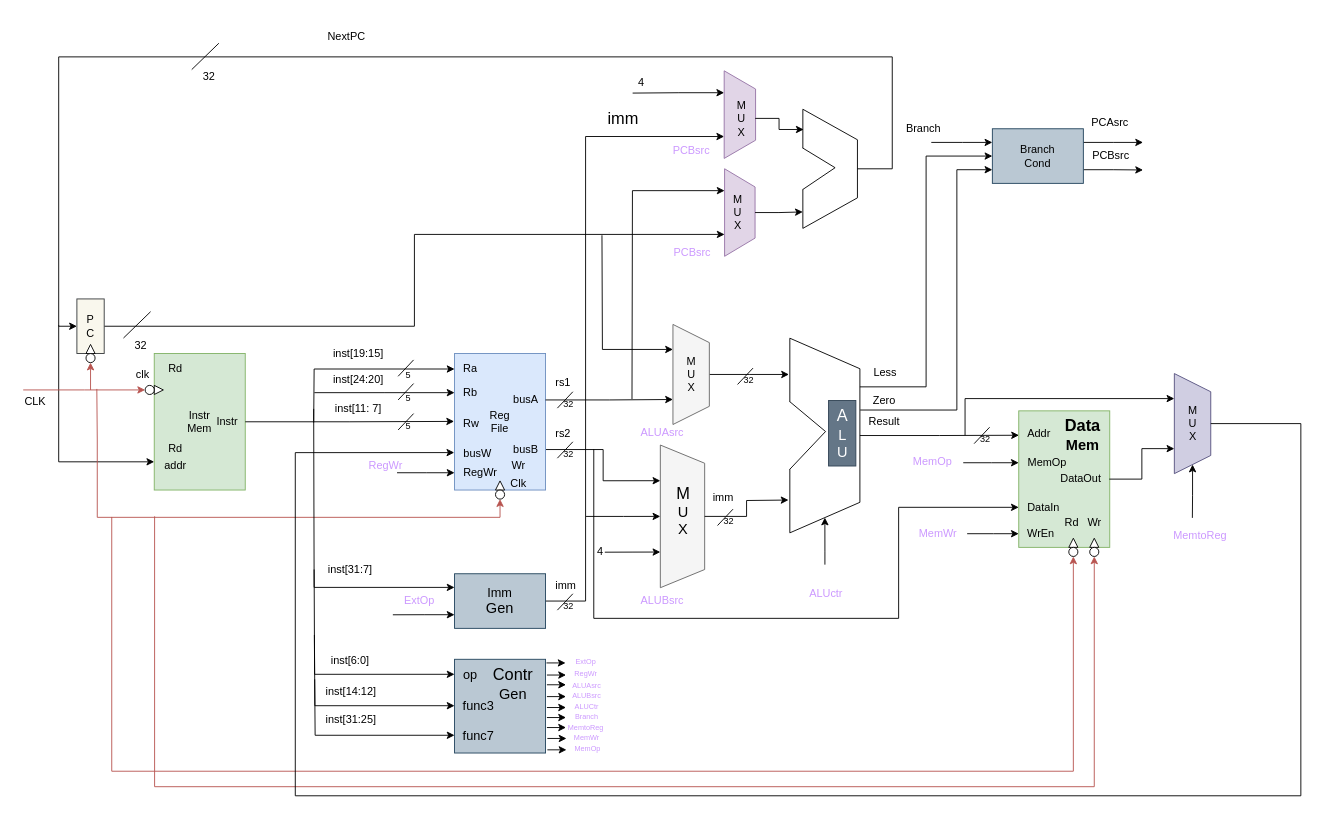
This is riscv32-single.drawio from harder-er/LoongArch_learning, a draw.io file, before an edit. Source tidied: cells renumbered, new cells numbered last; positions are measured from the earlier drawing's top-left corner, leaving out a move shared by most shapes. Both pictures are drawn from the tidied source at 91%, with x=0, y=0 at pixel (15, 25).
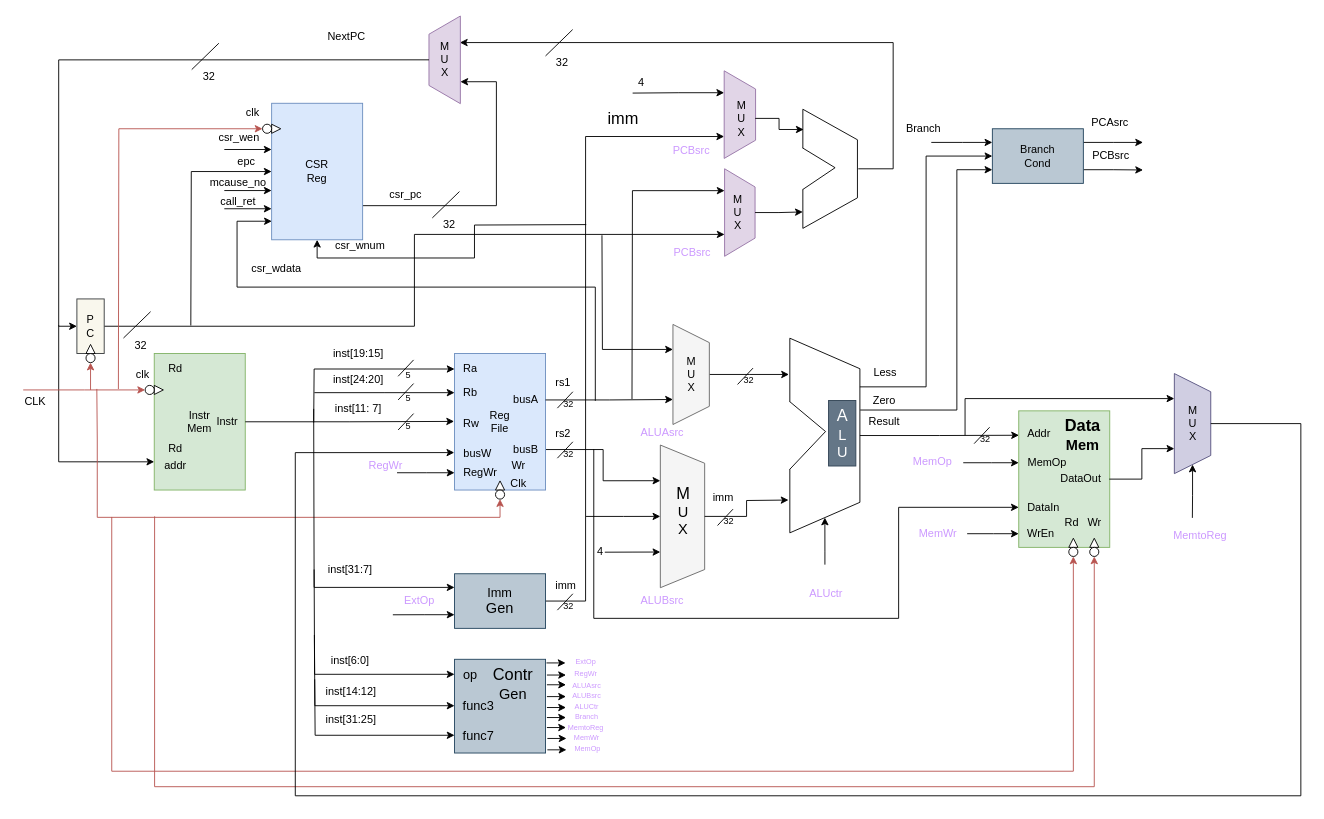
After the change.

The change refers to these unchanged cells:
```xml
<mxCell id="3" value="P&lt;div&gt;C&lt;/div&gt;" style="html=1;dashed=0;whiteSpace=wrap;fillColor=#f9f7ed;strokeColor=#36393d;" parent="1" vertex="1">
  <mxGeometry x="67" y="301" width="30" height="60" as="geometry" />
</mxCell>
<mxCell id="50" style="shape=trapezoid;perimeter=trapezoidPerimeter;whiteSpace=wrap;html=1;fixedSize=1;rotation=90;size=33.55172413793116;" parent="49" vertex="1">
  <mxGeometry x="-32.7" y="42" width="130.9" height="60" as="geometry" />
</mxCell>
```

Diff of the diagram source:
```diff
@@
-    <mxCell id="118" style="edgeStyle=orthogonalEdgeStyle;rounded=0;jettySize=auto;html=1;entryX=0;entryY=0.5;entryDx=0;entryDy=0;" parent="1" edge="1" source="50" target="3">
+    <mxCell id="118" style="edgeStyle=orthogonalEdgeStyle;rounded=0;jettySize=auto;html=1;entryX=0.697;entryY=0.984;entryDx=0;entryDy=0;entryPerimeter=0;" parent="1" edge="1" target="202">
       <mxGeometry relative="1" as="geometry">
+        <mxPoint x="925.7" y="158" as="sourcePoint" />
         <Array as="points">
-          <mxPoint x="963" y="158" />
-          <mxPoint x="963" y="35" />
-          <mxPoint x="47" y="35" />
-          <mxPoint x="47" y="331" />
+          <mxPoint x="964" y="158" />
+          <mxPoint x="964" y="19" />
         </Array>
       </mxGeometry>
     </mxCell>
@@
+    <mxCell id="187" style="edgeStyle=orthogonalEdgeStyle;rounded=0;jettySize=auto;html=1;exitX=0.002;exitY=0.864;exitDx=0;exitDy=0;strokeColor=default;align=center;verticalAlign=middle;fontFamily=Helvetica;fontSize=11;fontColor=default;labelBackgroundColor=default;startArrow=classic;startFill=1;endArrow=none;endFill=0;fillColor=#f8cecc;exitPerimeter=0;" parent="1" edge="1" source="191">
+      <mxGeometry relative="1" as="geometry">
+        <mxPoint x="636.7" y="413" as="targetPoint" />
+        <Array as="points">
+          <mxPoint x="243" y="216" />
+          <mxPoint x="243" y="288" />
+          <mxPoint x="637" y="288" />
+        </Array>
+      </mxGeometry>
+    </mxCell>
+    <mxCell id="188" style="edgeStyle=orthogonalEdgeStyle;rounded=0;jettySize=auto;html=1;exitX=1;exitY=0.75;exitDx=0;exitDy=0;entryX=0.25;entryY=1;entryDx=0;entryDy=0;" parent="1" edge="1" source="191" target="202">
+      <mxGeometry relative="1" as="geometry">
+        <Array as="points">
+          <mxPoint x="528" y="199" />
+          <mxPoint x="528" y="62" />
+          <mxPoint x="488" y="62" />
+        </Array>
+      </mxGeometry>
+    </mxCell>
+    <mxCell id="189" style="edgeStyle=orthogonalEdgeStyle;rounded=0;jettySize=auto;html=1;exitX=0;exitY=0.5;exitDx=0;exitDy=0;strokeColor=default;align=center;verticalAlign=middle;fontFamily=Helvetica;fontSize=11;fontColor=default;labelBackgroundColor=default;endArrow=none;startArrow=classic;startFill=1;endFill=0;fillColor=#f8cecc;" parent="1" edge="1" source="191">
+      <mxGeometry relative="1" as="geometry">
+        <mxPoint x="192.2" y="330.2" as="targetPoint" />
+      </mxGeometry>
+    </mxCell>
+    <mxCell id="190" style="edgeStyle=orthogonalEdgeStyle;rounded=0;jettySize=auto;html=1;exitX=0.5;exitY=1;exitDx=0;exitDy=0;strokeColor=default;align=center;verticalAlign=middle;fontFamily=Helvetica;fontSize=11;fontColor=default;labelBackgroundColor=default;startArrow=classic;startFill=1;endArrow=none;endFill=0;fillColor=#f8cecc;" parent="1" edge="1" source="191">
+      <mxGeometry relative="1" as="geometry">
+        <mxPoint x="626.7" y="219.3" as="targetPoint" />
+      </mxGeometry>
+    </mxCell>
+    <mxCell id="191" value="CSR&lt;div&gt;Reg&lt;/div&gt;" style="html=1;dashed=0;whiteSpace=wrap;fillColor=#dae8fc;strokeColor=#6c8ebf;" parent="1" vertex="1">
+      <mxGeometry x="281" y="86" width="100" height="150" as="geometry" />
+    </mxCell>
+    <mxCell id="192" style="triangle;whiteSpace=wrap;html=1;dashed=0;direction=south;rotation=-90;" parent="1" vertex="1">
+      <mxGeometry x="281" y="109" width="10" height="10" as="geometry" />
+    </mxCell>
+    <mxCell id="193" style="edgeStyle=orthogonalEdgeStyle;rounded=0;jettySize=auto;html=1;exitX=0.5;exitY=1;exitDx=0;exitDy=0;strokeColor=#b85450;align=center;verticalAlign=middle;fontFamily=Helvetica;fontSize=11;fontColor=default;labelBackgroundColor=default;startArrow=classic;startFill=1;endArrow=none;endFill=0;fillColor=#f8cecc;" parent="1" edge="1" source="194">
+      <mxGeometry relative="1" as="geometry">
+        <mxPoint x="112.6" y="400" as="targetPoint" />
+      </mxGeometry>
+    </mxCell>
+    <mxCell id="194" style="shape=ellipse;html=1;dashed=0;whiteSpace=wrap;perimeter=ellipsePerimeter;rotation=90;" parent="1" vertex="1">
+      <mxGeometry x="271" y="109" width="10" height="10" as="geometry" />
+    </mxCell>
+    <mxCell id="195" value="clk" style="text;html=1;align=center;verticalAlign=middle;strokeColor=none;fillColor=none;" parent="1" vertex="1">
+      <mxGeometry x="243" y="83" width="33" height="26" as="geometry" />
+    </mxCell>
+    <mxCell id="196" value="csr_wdata" style="text;html=1;align=center;verticalAlign=middle;strokeColor=none;fillColor=none;" parent="1" vertex="1">
+      <mxGeometry x="249.5" y="255" width="73" height="26" as="geometry" />
+    </mxCell>
+    <mxCell id="197" value="csr_pc" style="text;html=1;align=center;verticalAlign=middle;strokeColor=none;fillColor=none;" parent="1" vertex="1">
+      <mxGeometry x="401" y="174" width="53" height="26" as="geometry" />
+    </mxCell>
+    <mxCell id="198" value="epc" style="text;html=1;align=center;verticalAlign=middle;strokeColor=none;fillColor=none;" parent="1" vertex="1">
+      <mxGeometry x="234" y="137" width="37" height="26" as="geometry" />
+    </mxCell>
+    <mxCell id="199" style="endArrow=classic;html=1;rounded=0;" parent="1" edge="1">
+      <mxGeometry relative="1" as="geometry">
+        <mxPoint x="229" y="181.9" as="sourcePoint" />
+        <mxPoint x="281" y="181.9" as="targetPoint" />
+      </mxGeometry>
+    </mxCell>
+    <mxCell id="200" value="mcause_no" style="text;html=1;align=center;verticalAlign=middle;strokeColor=none;fillColor=none;" parent="1" vertex="1">
+      <mxGeometry x="204" y="160" width="80" height="26" as="geometry" />
+    </mxCell>
+    <mxCell id="201" style="group;rotation=-180;" parent="1" vertex="1">
+      <mxGeometry x="454" y="-9" width="41" height="95" as="geometry" />
+    </mxCell>
+    <mxCell id="202" style="shape=trapezoid;perimeter=trapezoidPerimeter;whiteSpace=wrap;html=1;fixedSize=1;size=20;rotation=-90;fillColor=#e1d5e7;strokeColor=#9673a6;" parent="201" vertex="1">
+      <mxGeometry x="-31" y="30" width="96.3" height="34.5" as="geometry" />
+    </mxCell>
+    <mxCell id="203" value="M&lt;div&gt;U&lt;/div&gt;&lt;div&gt;X&lt;/div&gt;" style="text;html=1;align=center;verticalAlign=middle;strokeColor=none;fillColor=none;" parent="201" vertex="1">
+      <mxGeometry x="3.1" y="19.8" width="28" height="55" as="geometry" />
+    </mxCell>
+    <mxCell id="204" style="endArrow=none;html=1;rounded=0;exitX=-0.091;exitY=0.191;exitDx=0;exitDy=0;exitPerimeter=0;" parent="1" edge="1" source="205">
+      <mxGeometry relative="1" as="geometry">
+        <mxPoint x="611.8" y="5" as="targetPoint" />
+      </mxGeometry>
+    </mxCell>
+    <mxCell id="205" value="32" style="text;html=1;align=center;verticalAlign=middle;points=[];strokeColor=none;fillColor=none;" parent="1" vertex="1">
+      <mxGeometry x="584.8" y="29" width="31" height="26" as="geometry" />
+    </mxCell>
+    <mxCell id="206" style="endArrow=none;html=1;rounded=0;exitX=-0.091;exitY=0.191;exitDx=0;exitDy=0;exitPerimeter=0;" parent="1" edge="1" source="207">
+      <mxGeometry relative="1" as="geometry">
+        <mxPoint x="487.4" y="183" as="targetPoint" />
+      </mxGeometry>
+    </mxCell>
+    <mxCell id="207" value="32" style="text;html=1;align=center;verticalAlign=middle;points=[];strokeColor=none;fillColor=none;" parent="1" vertex="1">
+      <mxGeometry x="460.4" y="207" width="31" height="26" as="geometry" />
+    </mxCell>
+    <mxCell id="208" style="edgeStyle=orthogonalEdgeStyle;rounded=0;jettySize=auto;html=1;entryX=0;entryY=0.5;entryDx=0;entryDy=0;exitX=0.5;exitY=0;exitDx=0;exitDy=0;" parent="1" edge="1" source="202" target="3">
+      <mxGeometry relative="1" as="geometry" />
+    </mxCell>
+    <mxCell id="209" value="csr_wnum" style="text;html=1;align=center;verticalAlign=middle;strokeColor=none;fillColor=none;" parent="1" vertex="1">
+      <mxGeometry x="341" y="230" width="73" height="26" as="geometry" />
+    </mxCell>
+    <mxCell id="210" style="endArrow=classic;html=1;rounded=0;" parent="1" edge="1">
+      <mxGeometry relative="1" as="geometry">
+        <mxPoint x="229" y="136.8" as="sourcePoint" />
+        <mxPoint x="281" y="136.8" as="targetPoint" />
+      </mxGeometry>
+    </mxCell>
+    <mxCell id="211" value="csr_wen" style="text;html=1;align=center;verticalAlign=middle;strokeColor=none;fillColor=none;" parent="1" vertex="1">
+      <mxGeometry x="213" y="111" width="63" height="26" as="geometry" />
+    </mxCell>
+    <mxCell id="212" style="endArrow=classic;html=1;rounded=0;" parent="1" edge="1">
+      <mxGeometry relative="1" as="geometry">
+        <mxPoint x="229" y="201.9" as="sourcePoint" />
+        <mxPoint x="281" y="201.9" as="targetPoint" />
+      </mxGeometry>
+    </mxCell>
+    <mxCell id="213" value="call_ret" style="text;html=1;align=center;verticalAlign=middle;strokeColor=none;fillColor=none;" parent="1" vertex="1">
+      <mxGeometry x="215.5" y="181" width="57" height="26" as="geometry" />
+    </mxCell>
```
